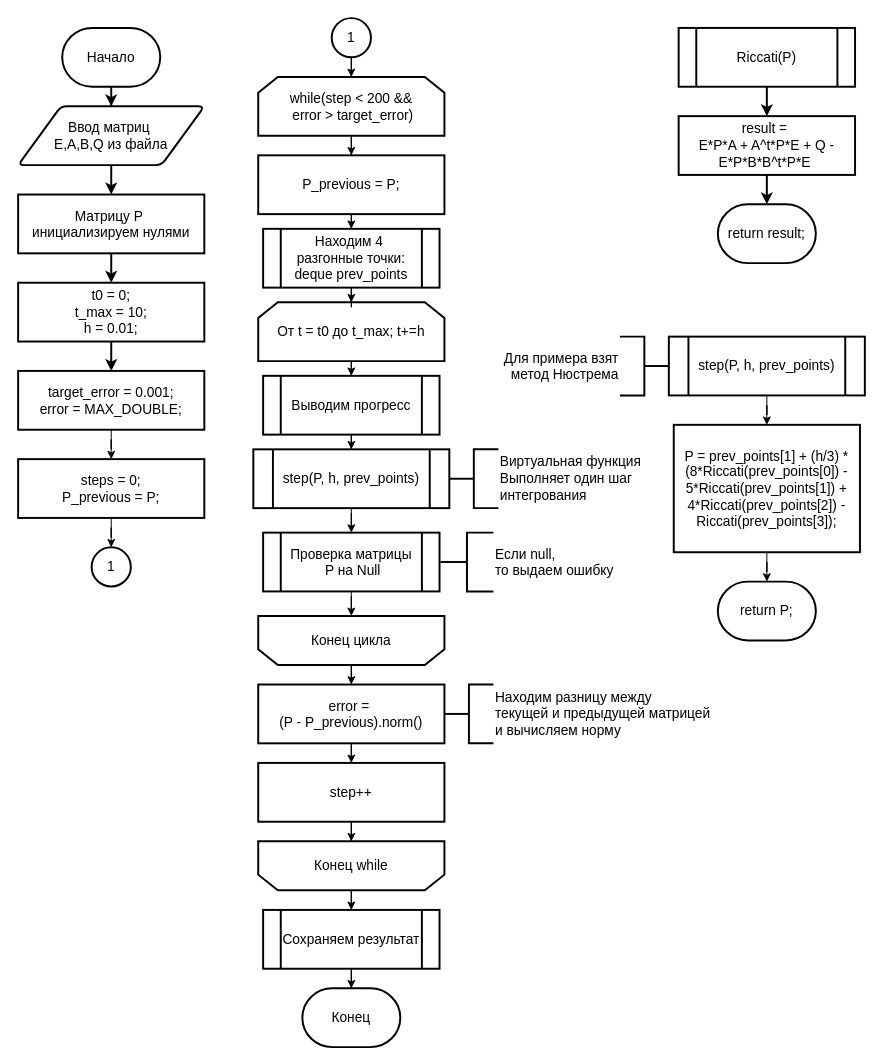
Krasin1/riccati keeps this draw.io diagram as docs/drawio/nystrem_block.drawio. Above is the earlier version. Source tidied: cells renumbered, new cells numbered last; positions are measured from the earlier drawing's top-left corner, leaving out a move shared by most shapes. Both pictures are drawn from the tidied source at 98%, with x=0, y=0 at pixel (18, 18).
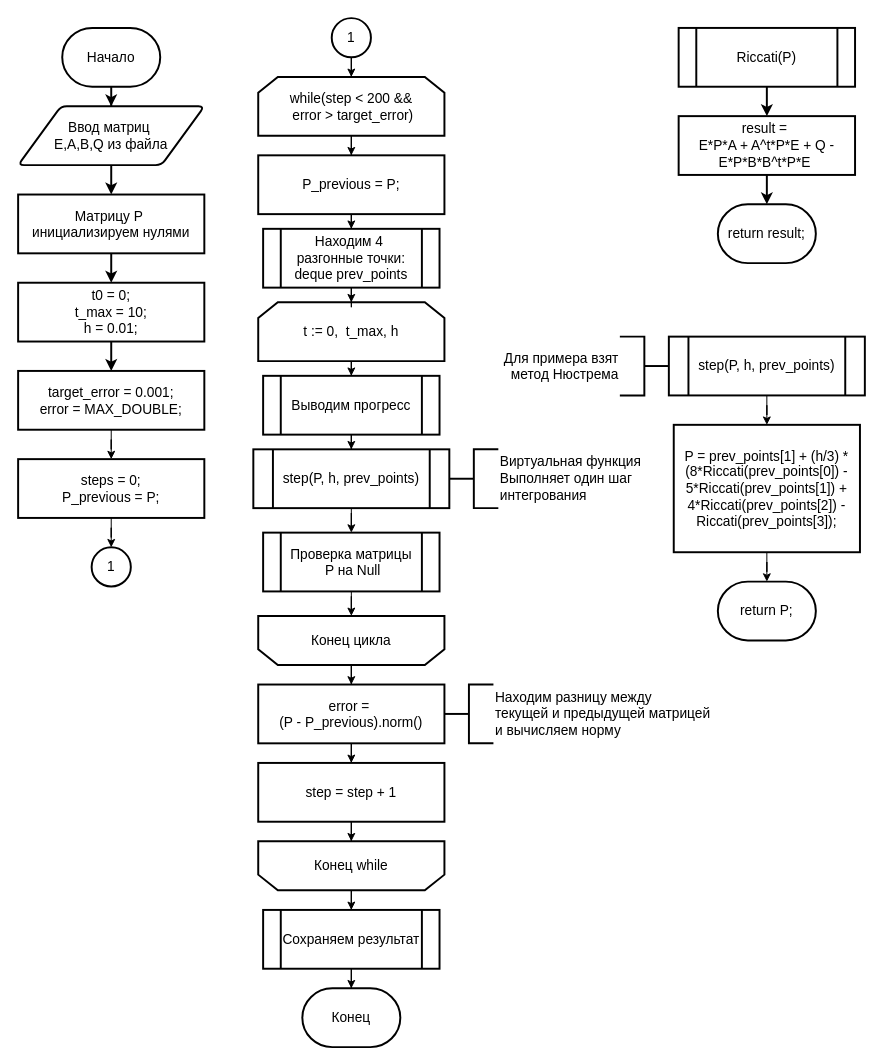
The same diagram, later.

Commit message (it also covers changes not shown here):
блок-схемы обновил с учетом правок

Change to the diagram source:
```diff
@@
-    <mxCell id="30" value="От t = t0 до t_max; t+=h" style="shape=loopLimit;whiteSpace=wrap;html=1;strokeWidth=2;fontSize=14;" parent="1" vertex="1">
+    <mxCell id="30" value="t := 0,&amp;nbsp; t_max, h" style="shape=loopLimit;whiteSpace=wrap;html=1;strokeWidth=2;fontSize=14;" parent="1" vertex="1">
       <mxGeometry x="245" y="290" width="190" height="60" as="geometry" />
     </mxCell>
@@
-    <mxCell id="44" value="step++" style="shape=label;html=1;strokeWidth=2;whiteSpace=wrap;rounded=0;arcSize=12;size=0.23;fontSize=14;" parent="1" vertex="1">
+    <mxCell id="44" value="step = step + 1" style="shape=label;html=1;strokeWidth=2;whiteSpace=wrap;rounded=0;arcSize=12;size=0.23;fontSize=14;" parent="1" vertex="1">
       <mxGeometry x="245" y="760" width="190" height="60" as="geometry" />
     </mxCell>
-    <mxCell id="45" value="&lt;span style=&quot;font-size: 14px;&quot;&gt;Если null,&lt;br&gt;то выдаем ошибку&lt;/span&gt;" style="strokeWidth=2;html=1;shape=mxgraph.flowchart.annotation_2;align=left;labelPosition=right;" parent="1" vertex="1">
-      <mxGeometry x="431" y="525" width="54" height="60" as="geometry" />
-    </mxCell>
```
